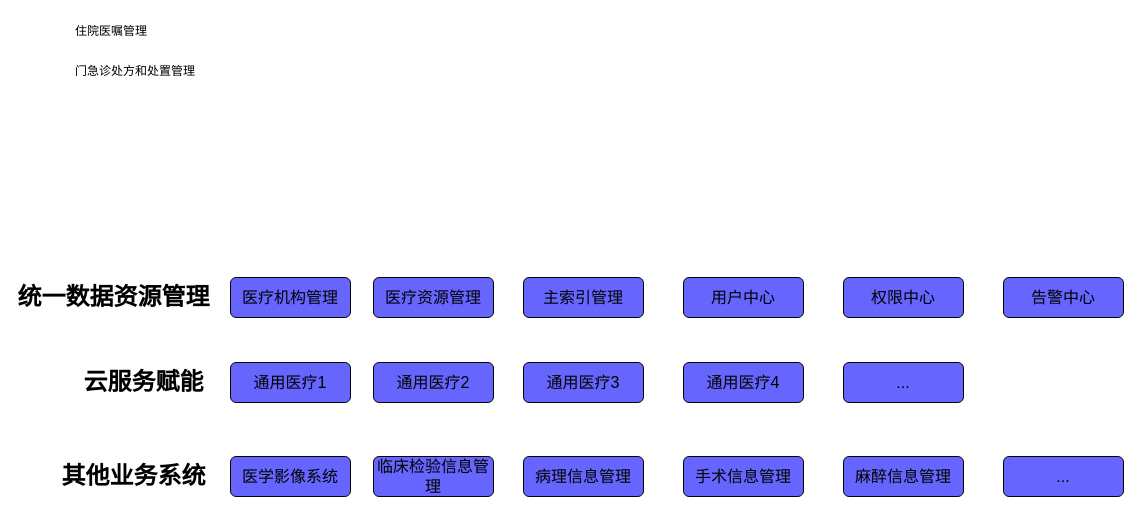
This is 云his故事线.drawio from goylsf/image, a draw.io file, before an edit. Source tidied: cells renumbered, new cells numbered last; positions are measured from the earlier drawing's top-left corner, leaving out a move shared by most shapes. Both pictures are drawn from the tidied source at 100%, with x=0, y=0 at pixel (63, 17).
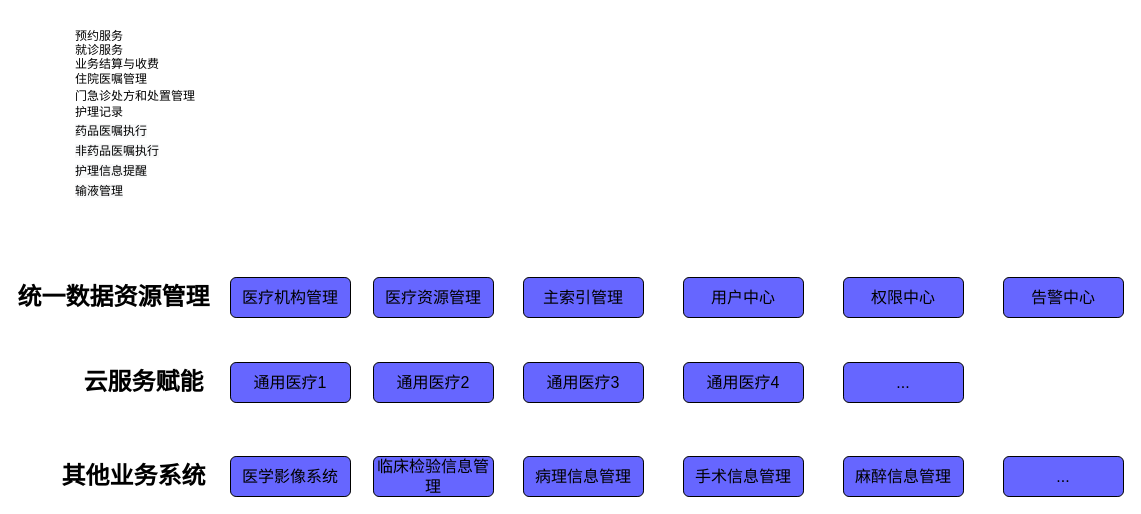
The same diagram, later.

Commit message (it also covers changes not shown here):
更新云his故事线.drawio

Change to the diagram source:
```diff
@@
     <mxCell id="16" value="门急诊处方和处置管理" style="text;whiteSpace=wrap;html=1;" parent="1" vertex="1">
-      <mxGeometry x="10" y="40" width="150" height="40" as="geometry" />
+      <mxGeometry x="10" y="65" width="150" height="30" as="geometry" />
     </mxCell>
     <mxCell id="17" value="住院医嘱管理" style="text;whiteSpace=wrap;html=1;" parent="1" vertex="1">
-      <mxGeometry x="10" width="110" height="30" as="geometry" />
+      <mxGeometry x="10" y="48" width="110" height="30" as="geometry" />
     </mxCell>
@@
+    <mxCell id="24" value="就诊服务" style="text;whiteSpace=wrap;html=1;" parent="1" vertex="1">
+      <mxGeometry x="10" y="19" width="80" height="30" as="geometry" />
+    </mxCell>
+    <mxCell id="25" value="预约服务" style="text;whiteSpace=wrap;html=1;" parent="1" vertex="1">
+      <mxGeometry x="10" y="5" width="80" height="30" as="geometry" />
+    </mxCell>
+    <mxCell id="26" value="业务结算与收费" style="text;whiteSpace=wrap;html=1;" parent="1" vertex="1">
+      <mxGeometry x="10" y="33" width="120" height="31" as="geometry" />
+    </mxCell>
+    <mxCell id="27" value="护理记录" style="text;whiteSpace=wrap;html=1;" parent="1" vertex="1">
+      <mxGeometry x="10" y="81" width="80" height="20" as="geometry" />
+    </mxCell>
+    <mxCell id="28" value="&lt;span style=&quot;color: rgb(0, 0, 0); font-family: Helvetica; font-size: 12px; font-style: normal; font-variant-ligatures: normal; font-variant-caps: normal; font-weight: 400; letter-spacing: normal; orphans: 2; text-align: left; text-indent: 0px; text-transform: none; widows: 2; word-spacing: 0px; -webkit-text-stroke-width: 0px; background-color: rgb(248, 249, 250); text-decoration-style: initial; text-decoration-color: initial; float: none; display: inline !important;&quot;&gt;药品医嘱执行&lt;/span&gt;" style="text;whiteSpace=wrap;html=1;" parent="1" vertex="1">
+      <mxGeometry x="10" y="100" width="110" height="40" as="geometry" />
+    </mxCell>
+    <mxCell id="29" value="&lt;span style=&quot;color: rgb(0, 0, 0); font-family: Helvetica; font-size: 12px; font-style: normal; font-variant-ligatures: normal; font-variant-caps: normal; font-weight: 400; letter-spacing: normal; orphans: 2; text-align: left; text-indent: 0px; text-transform: none; widows: 2; word-spacing: 0px; -webkit-text-stroke-width: 0px; background-color: rgb(248, 249, 250); text-decoration-style: initial; text-decoration-color: initial; float: none; display: inline !important;&quot;&gt;非药品医嘱执行&lt;/span&gt;" style="text;whiteSpace=wrap;html=1;" parent="1" vertex="1">
+      <mxGeometry x="10" y="120" width="110" height="40" as="geometry" />
+    </mxCell>
+    <mxCell id="30" value="&lt;span style=&quot;color: rgb(0, 0, 0); font-family: Helvetica; font-size: 12px; font-style: normal; font-variant-ligatures: normal; font-variant-caps: normal; font-weight: 400; letter-spacing: normal; orphans: 2; text-align: left; text-indent: 0px; text-transform: none; widows: 2; word-spacing: 0px; -webkit-text-stroke-width: 0px; background-color: rgb(248, 249, 250); text-decoration-style: initial; text-decoration-color: initial; float: none; display: inline !important;&quot;&gt;输液管理&lt;/span&gt;" style="text;whiteSpace=wrap;html=1;" parent="1" vertex="1">
+      <mxGeometry x="10" y="160" width="80" height="40" as="geometry" />
+    </mxCell>
+    <mxCell id="31" value="&lt;span style=&quot;color: rgb(0, 0, 0); font-family: Helvetica; font-size: 12px; font-style: normal; font-variant-ligatures: normal; font-variant-caps: normal; font-weight: 400; letter-spacing: normal; orphans: 2; text-align: left; text-indent: 0px; text-transform: none; widows: 2; word-spacing: 0px; -webkit-text-stroke-width: 0px; background-color: rgb(248, 249, 250); text-decoration-style: initial; text-decoration-color: initial; float: none; display: inline !important;&quot;&gt;护理信息提醒&lt;/span&gt;" style="text;whiteSpace=wrap;html=1;" parent="1" vertex="1">
+      <mxGeometry x="10" y="140" width="110" height="40" as="geometry" />
+    </mxCell>
```
